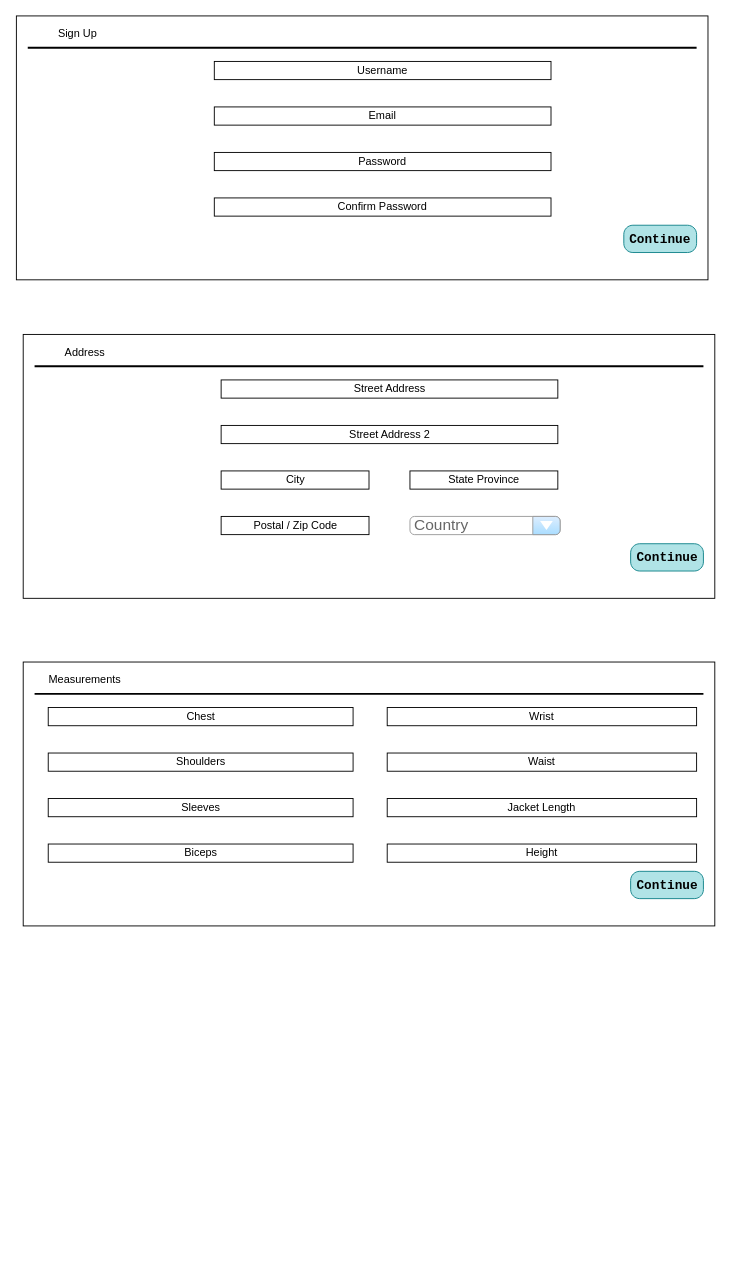
The draw.io diagram page "Modals" (4 of 5) of Untitled Diagram.drawio in Scain3/sew_me_capstone, before the edit. Source tidied: cells renumbered, new cells numbered last; positions are measured from the earlier drawing's top-left corner, leaving out a move shared by most shapes. Both pictures are drawn from the tidied source at 91%, with x=0, y=0 at pixel (15, 15).
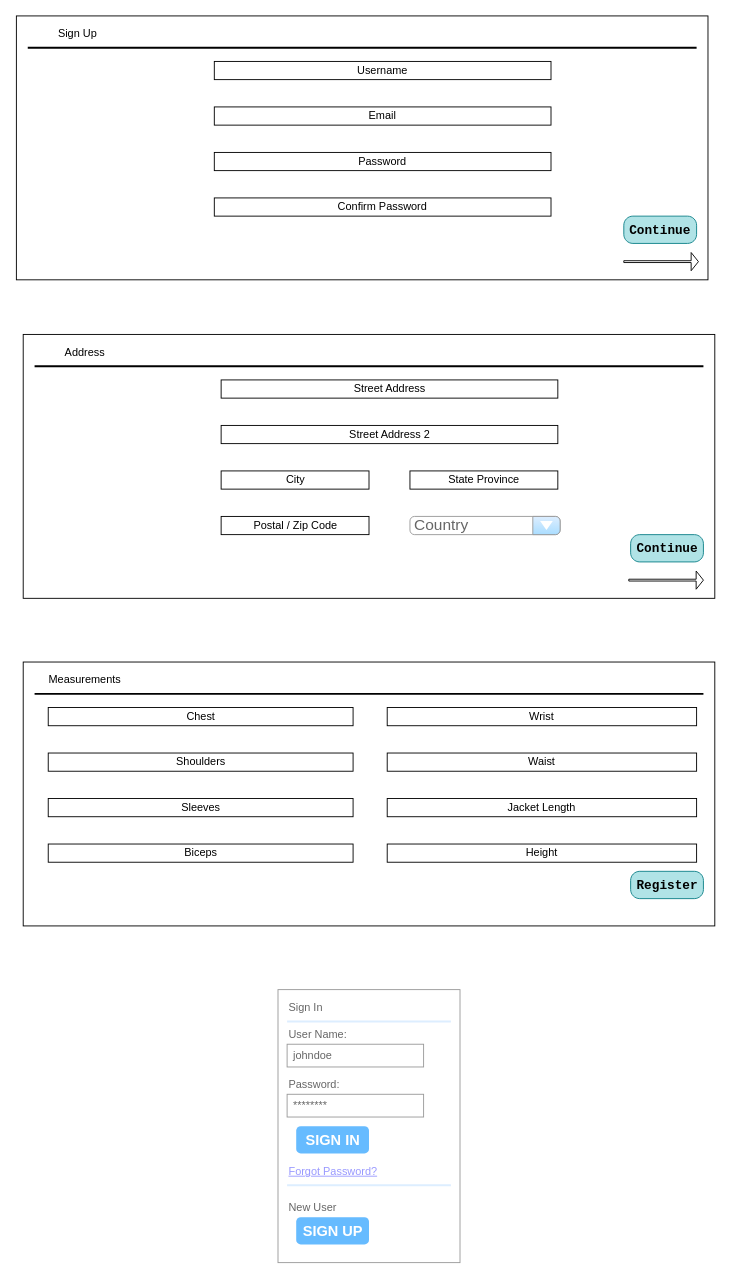
Above is the later version.

Change to the diagram source:
```diff
@@
     <mxCell id="10" value="&lt;font style=&quot;font-size: 14px;&quot; face=&quot;Courier New&quot;&gt;Continue&lt;/font&gt;" style="strokeWidth=1;shadow=0;dashed=0;align=center;html=1;shape=mxgraph.mockup.buttons.button;mainText=;buttonStyle=round;fontSize=17;fontStyle=1;whiteSpace=wrap;rounded=0;sketch=0;labelBackgroundColor=none;fillColor=#b0e3e6;strokeColor=#0e8088;" parent="1" vertex="1">
-      <mxGeometry x="668" y="230" width="80" height="30" as="geometry" />
+      <mxGeometry x="668" y="220" width="80" height="30" as="geometry" />
     </mxCell>
@@
     <mxCell id="19" value="&lt;font style=&quot;font-size: 14px;&quot; face=&quot;Courier New&quot;&gt;Continue&lt;/font&gt;" style="strokeWidth=1;shadow=0;dashed=0;align=center;html=1;shape=mxgraph.mockup.buttons.button;mainText=;buttonStyle=round;fontSize=17;fontStyle=1;whiteSpace=wrap;rounded=0;sketch=0;labelBackgroundColor=none;fillColor=#b0e3e6;strokeColor=#0e8088;" parent="1" vertex="1">
-      <mxGeometry x="675.5" y="580" width="80" height="30" as="geometry" />
+      <mxGeometry x="675.5" y="570" width="80" height="30" as="geometry" />
     </mxCell>
@@
-    <mxCell id="25" value="&lt;font style=&quot;font-size: 14px;&quot; face=&quot;Courier New&quot;&gt;Continue&lt;/font&gt;" style="strokeWidth=1;shadow=0;dashed=0;align=center;html=1;shape=mxgraph.mockup.buttons.button;mainText=;buttonStyle=round;fontSize=17;fontStyle=1;whiteSpace=wrap;rounded=0;sketch=0;labelBackgroundColor=none;fillColor=#b0e3e6;strokeColor=#0e8088;" parent="1" vertex="1">
+    <mxCell id="25" value="&lt;font style=&quot;font-size: 14px&quot; face=&quot;Courier New&quot;&gt;Register&lt;/font&gt;" style="strokeWidth=1;shadow=0;dashed=0;align=center;html=1;shape=mxgraph.mockup.buttons.button;mainText=;buttonStyle=round;fontSize=17;fontStyle=1;whiteSpace=wrap;rounded=0;sketch=0;labelBackgroundColor=none;fillColor=#b0e3e6;strokeColor=#0e8088;" parent="1" vertex="1">
       <mxGeometry x="675.5" y="940" width="80" height="30" as="geometry" />
     </mxCell>
@@
+    <mxCell id="35" style="strokeWidth=1;shadow=0;dashed=0;align=center;html=1;shape=mxgraph.mockup.forms.rrect;rSize=0;strokeColor=#999999;fillColor=#ffffff;rounded=0;labelBackgroundColor=none;sketch=0;fontColor=#000000;" parent="1" vertex="1">
+      <mxGeometry x="288" y="1070" width="200" height="300" as="geometry" />
+    </mxCell>
+    <mxCell id="36" value="Sign In" style="strokeWidth=1;shadow=0;dashed=0;align=center;html=1;shape=mxgraph.mockup.forms.anchor;fontSize=12;fontColor=#666666;align=left;spacingLeft=0;" parent="35" vertex="1">
+      <mxGeometry width="100" height="20" relative="1" as="geometry">
+        <mxPoint x="10" y="10" as="offset" />
+      </mxGeometry>
+    </mxCell>
+    <mxCell id="37" style="shape=line;strokeColor=#ddeeff;strokeWidth=2;html=1;" parent="35" vertex="1">
+      <mxGeometry width="180" height="10" relative="1" as="geometry">
+        <mxPoint x="10" y="30" as="offset" />
+      </mxGeometry>
+    </mxCell>
+    <mxCell id="38" value="User Name:" style="strokeWidth=1;shadow=0;dashed=0;align=center;html=1;shape=mxgraph.mockup.forms.anchor;fontSize=12;fontColor=#666666;align=left;spacingLeft=0;" parent="35" vertex="1">
+      <mxGeometry width="100" height="20" relative="1" as="geometry">
+        <mxPoint x="10" y="40" as="offset" />
+      </mxGeometry>
+    </mxCell>
+    <mxCell id="39" value="johndoe" style="strokeWidth=1;shadow=0;dashed=0;align=center;html=1;shape=mxgraph.mockup.forms.rrect;rSize=0;strokeColor=#999999;fontColor=#666666;align=left;spacingLeft=5;" parent="35" vertex="1">
+      <mxGeometry width="150" height="25" relative="1" as="geometry">
+        <mxPoint x="10" y="60" as="offset" />
+      </mxGeometry>
+    </mxCell>
+    <mxCell id="40" value="Password:" style="strokeWidth=1;shadow=0;dashed=0;align=center;html=1;shape=mxgraph.mockup.forms.anchor;fontSize=12;fontColor=#666666;align=left;spacingLeft=0;" parent="35" vertex="1">
+      <mxGeometry width="100" height="20" relative="1" as="geometry">
+        <mxPoint x="10" y="95" as="offset" />
+      </mxGeometry>
+    </mxCell>
+    <mxCell id="41" value="********" style="strokeWidth=1;shadow=0;dashed=0;align=center;html=1;shape=mxgraph.mockup.forms.rrect;rSize=0;strokeColor=#999999;fontColor=#666666;align=left;spacingLeft=5;" parent="35" vertex="1">
+      <mxGeometry width="150" height="25" relative="1" as="geometry">
+        <mxPoint x="10" y="115" as="offset" />
+      </mxGeometry>
+    </mxCell>
+    <mxCell id="42" value="SIGN IN" style="strokeWidth=1;shadow=0;dashed=0;align=center;html=1;shape=mxgraph.mockup.forms.rrect;rSize=5;strokeColor=none;fontColor=#ffffff;fillColor=#66bbff;fontSize=16;fontStyle=1;" parent="35" vertex="1">
+      <mxGeometry y="1" width="80" height="30" relative="1" as="geometry">
+        <mxPoint x="20" y="-150" as="offset" />
+      </mxGeometry>
+    </mxCell>
+    <mxCell id="43" value="Forgot Password?" style="strokeWidth=1;shadow=0;dashed=0;align=center;html=1;shape=mxgraph.mockup.forms.anchor;fontSize=12;fontColor=#9999ff;align=left;spacingLeft=0;fontStyle=4;" parent="35" vertex="1">
+      <mxGeometry y="1" width="150" height="20" relative="1" as="geometry">
+        <mxPoint x="10" y="-110" as="offset" />
+      </mxGeometry>
+    </mxCell>
+    <mxCell id="44" style="shape=line;strokeColor=#ddeeff;strokeWidth=2;html=1;" parent="35" vertex="1">
+      <mxGeometry y="1" width="180" height="10" relative="1" as="geometry">
+        <mxPoint x="10" y="-90" as="offset" />
+      </mxGeometry>
+    </mxCell>
+    <mxCell id="45" value="New User" style="strokeWidth=1;shadow=0;dashed=0;align=center;html=1;shape=mxgraph.mockup.forms.anchor;fontSize=12;fontColor=#666666;align=left;spacingLeft=0;" parent="35" vertex="1">
+      <mxGeometry y="1" width="150" height="20" relative="1" as="geometry">
+        <mxPoint x="10" y="-70" as="offset" />
+      </mxGeometry>
+    </mxCell>
+    <mxCell id="46" value="SIGN UP" style="strokeWidth=1;shadow=0;dashed=0;align=center;html=1;shape=mxgraph.mockup.forms.rrect;rSize=5;strokeColor=none;fontColor=#ffffff;fillColor=#66bbff;fontSize=16;fontStyle=1;" parent="35" vertex="1">
+      <mxGeometry y="1" width="80" height="30" relative="1" as="geometry">
+        <mxPoint x="20" y="-50" as="offset" />
+      </mxGeometry>
+    </mxCell>
+    <mxCell id="47" style="shape=singleArrow;whiteSpace=wrap;html=1;rounded=0;labelBackgroundColor=none;sketch=0;fontColor=#000000;arrowWidth=0.1;arrowSize=0.0975609756097561;" parent="1" vertex="1">
+      <mxGeometry x="673.5" y="610" width="82" height="20" as="geometry" />
+    </mxCell>
+    <mxCell id="48" style="shape=singleArrow;whiteSpace=wrap;html=1;rounded=0;labelBackgroundColor=none;sketch=0;fontColor=#000000;arrowWidth=0.1;arrowSize=0.0975609756097561;" parent="1" vertex="1">
+      <mxGeometry x="668" y="260" width="82" height="20" as="geometry" />
+    </mxCell>
```
